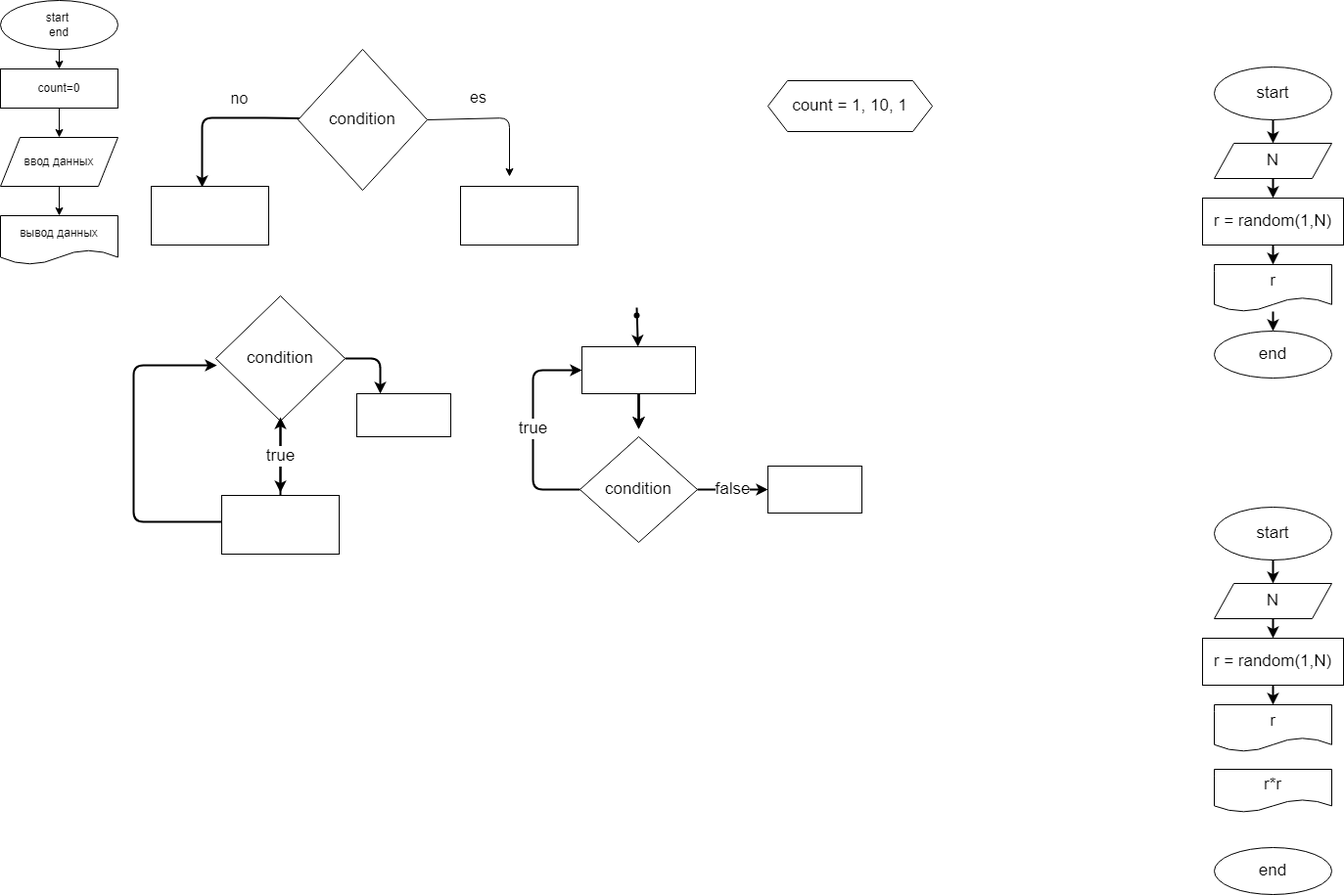
The draw.io diagram ex0000.drawio.png in Alexjur5676/Practic, before a commit. Source tidied: cells renumbered, new cells last; positions are measured from the earlier drawing's top-left corner, leaving out a move shared by most shapes.
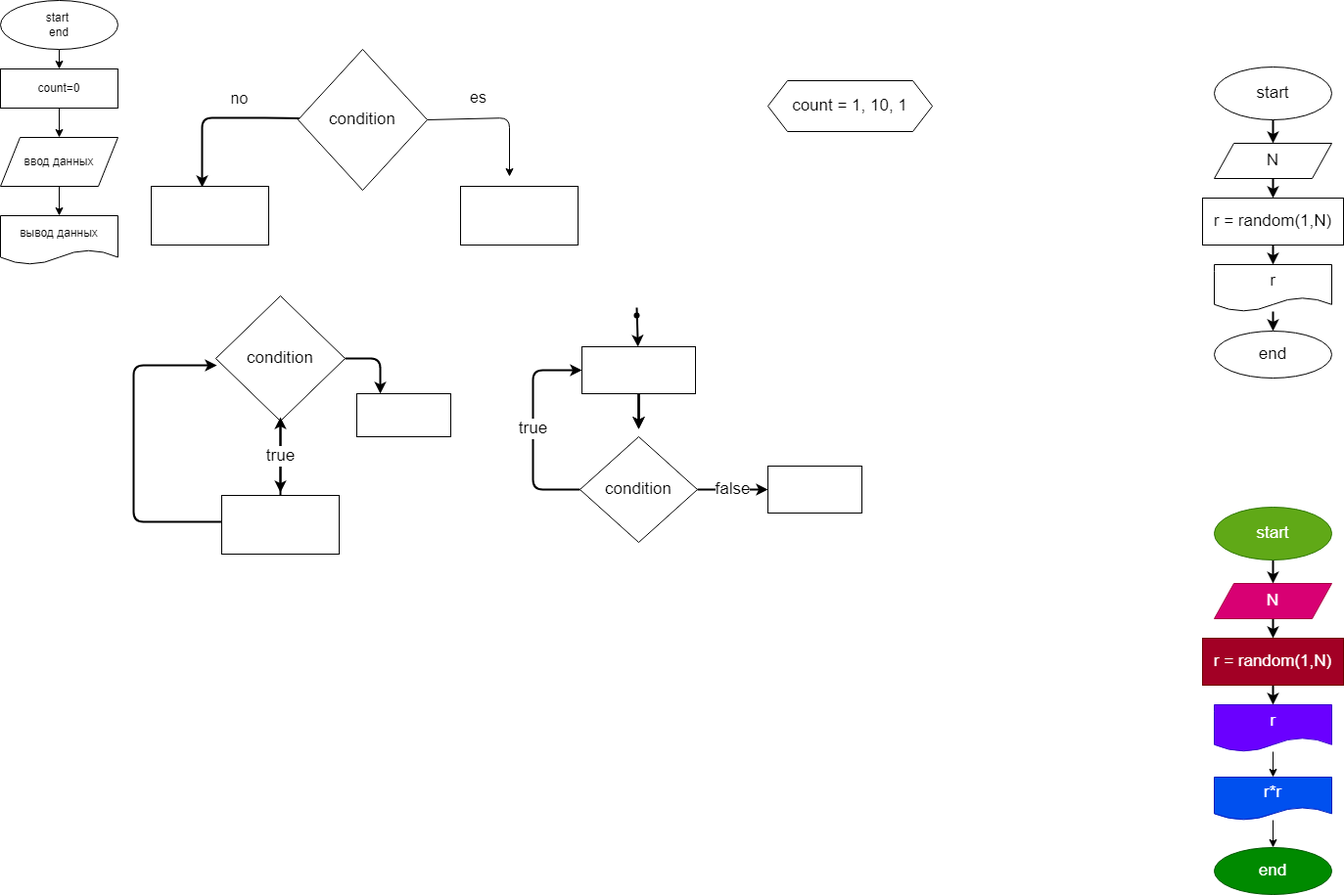
The same diagram one commit later.

Change to the diagram source:
```diff
@@ -160,29 +160,35 @@
     <mxCell id="41" style="edgeStyle=none;html=1;fontSize=17;strokeWidth=2;" parent="1" edge="1" source="42" target="44">
       <mxGeometry relative="1" as="geometry" />
     </mxCell>
-    <mxCell id="42" value="start" style="ellipse;whiteSpace=wrap;html=1;fontSize=17;" parent="1" vertex="1">
+    <mxCell id="42" value="start" style="ellipse;whiteSpace=wrap;html=1;fontSize=17;fillColor=#60a917;fontColor=#ffffff;strokeColor=#2D7600;" parent="1" vertex="1">
       <mxGeometry x="1240" y="518" width="120" height="54" as="geometry" />
     </mxCell>
     <mxCell id="43" style="edgeStyle=none;html=1;fontSize=17;strokeWidth=2;" parent="1" edge="1" source="44" target="46">
       <mxGeometry relative="1" as="geometry" />
     </mxCell>
-    <mxCell id="44" value="N" style="shape=parallelogram;perimeter=parallelogramPerimeter;whiteSpace=wrap;html=1;fixedSize=1;fontSize=17;" parent="1" vertex="1">
+    <mxCell id="44" value="N" style="shape=parallelogram;perimeter=parallelogramPerimeter;whiteSpace=wrap;html=1;fixedSize=1;fontSize=17;fillColor=#d80073;fontColor=#ffffff;strokeColor=#A50040;" parent="1" vertex="1">
       <mxGeometry x="1240" y="596" width="120" height="36" as="geometry" />
     </mxCell>
     <mxCell id="45" style="edgeStyle=none;html=1;fontSize=17;strokeWidth=2;" parent="1" edge="1" source="46" target="48">
       <mxGeometry relative="1" as="geometry" />
     </mxCell>
-    <mxCell id="46" value="r = random(1,N)" style="rounded=0;whiteSpace=wrap;html=1;fontSize=17;" parent="1" vertex="1">
+    <mxCell id="46" value="r = random(1,N)" style="rounded=0;whiteSpace=wrap;html=1;fontSize=17;fillColor=#a20025;fontColor=#ffffff;strokeColor=#6F0000;" parent="1" vertex="1">
       <mxGeometry x="1228" y="652" width="144" height="48" as="geometry" />
     </mxCell>
-    <mxCell id="47" value="end" style="ellipse;whiteSpace=wrap;html=1;fontSize=17;" parent="1" vertex="1">
+    <mxCell id="47" value="end" style="ellipse;whiteSpace=wrap;html=1;fontSize=17;fillColor=#008a00;fontColor=#ffffff;strokeColor=#005700;" parent="1" vertex="1">
       <mxGeometry x="1240" y="866" width="120" height="48" as="geometry" />
     </mxCell>
+    <mxCell id="50" style="edgeStyle=none;html=1;" parent="1" edge="1" source="48" target="49">
+      <mxGeometry relative="1" as="geometry" />
+    </mxCell>
-    <mxCell id="48" value="r" style="shape=document;whiteSpace=wrap;html=1;boundedLbl=1;fontSize=17;" parent="1" vertex="1">
+    <mxCell id="48" value="r" style="shape=document;whiteSpace=wrap;html=1;boundedLbl=1;fontSize=17;fillColor=#6a00ff;fontColor=#ffffff;strokeColor=#3700CC;" parent="1" vertex="1">
       <mxGeometry x="1240" y="720" width="120" height="48" as="geometry" />
     </mxCell>
+    <mxCell id="51" style="edgeStyle=none;html=1;" parent="1" edge="1" source="49" target="47">
+      <mxGeometry relative="1" as="geometry" />
+    </mxCell>
-    <mxCell id="49" value="r*r" style="shape=document;whiteSpace=wrap;html=1;boundedLbl=1;fontSize=17;" parent="1" vertex="1">
-      <mxGeometry x="1240" y="786" width="120" height="44" as="geometry" />
+    <mxCell id="49" value="r*r" style="shape=document;whiteSpace=wrap;html=1;boundedLbl=1;fontSize=17;fillColor=#0050ef;fontColor=#ffffff;strokeColor=#001DBC;" parent="1" vertex="1">
+      <mxGeometry x="1240" y="794" width="120" height="44" as="geometry" />
     </mxCell>
   </root>
 </mxGraphModel>
```
